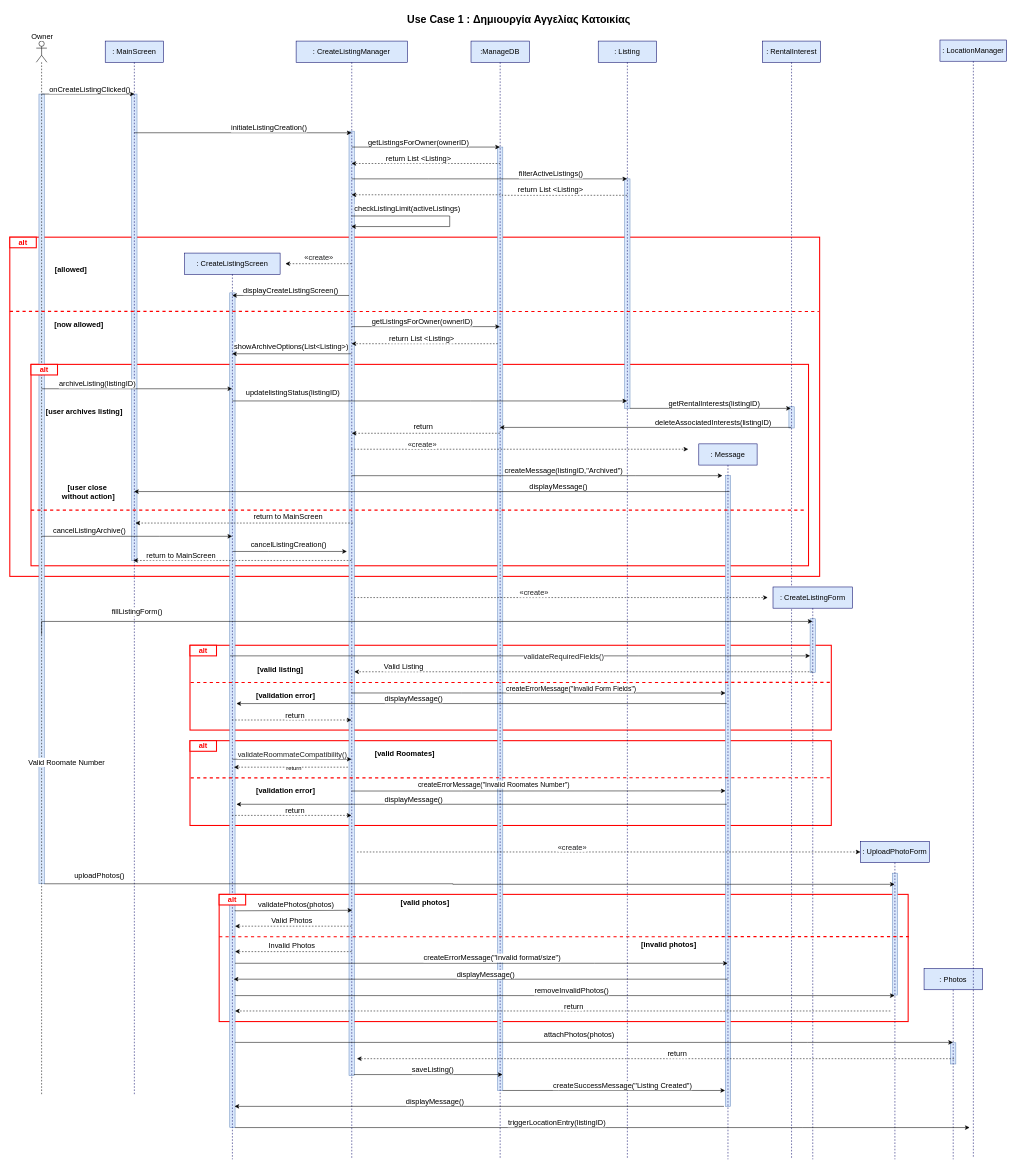
The draw.io diagram page "use-case-1" (1 of 15) of FINAL DIAGRAMS/final_sequences.drawio in evelinastavropoulou/HomeLink, before the edit. Source tidied: cells renumbered, new cells numbered last; positions are measured from the earlier drawing's top-left corner, leaving out a move shared by most shapes. Both pictures are drawn from the tidied source at 53%, with x=0, y=0 at pixel (10, 9).
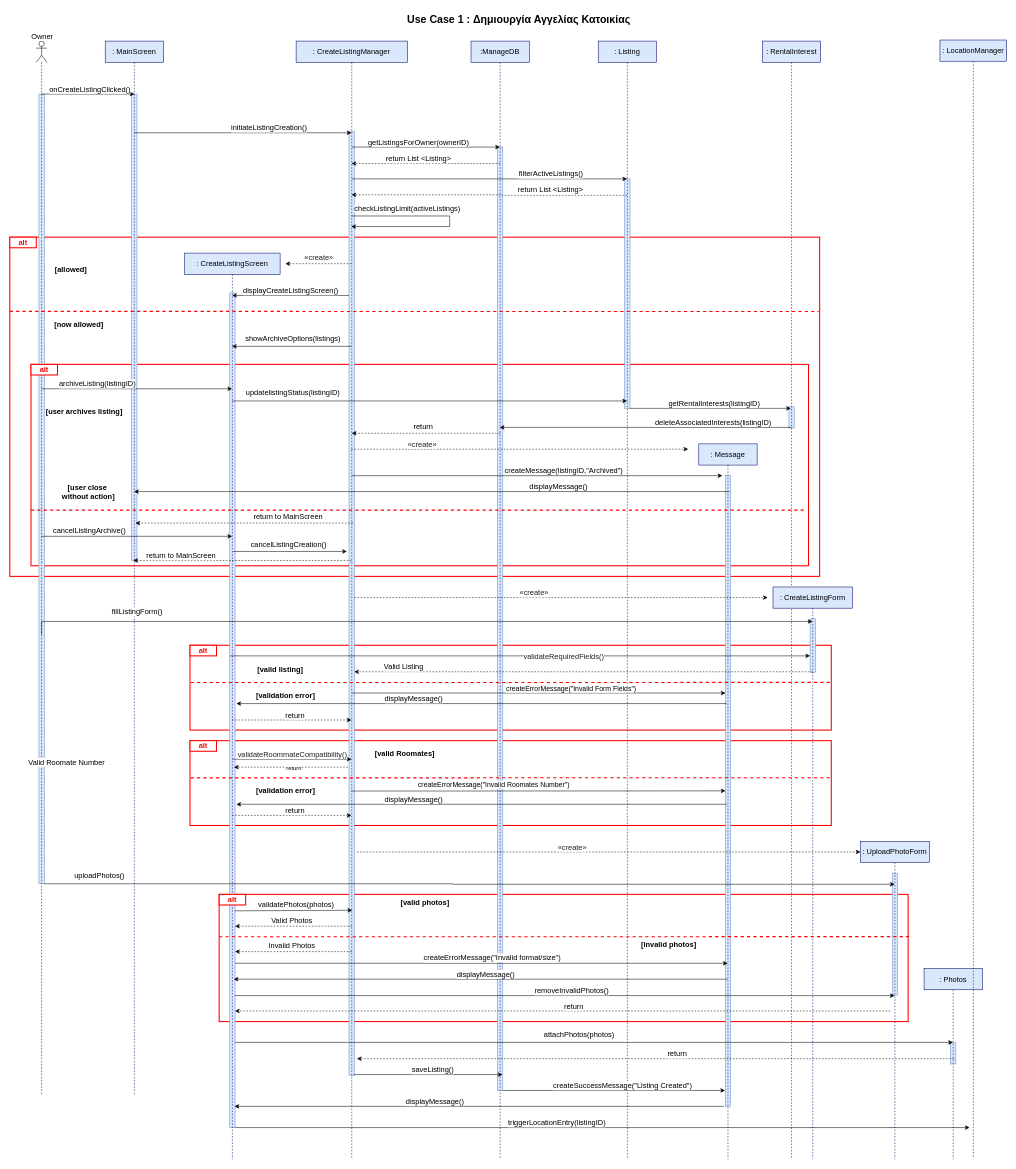
The same diagram, later.

Unchanged cells that the change refers to:
```xml
<mxCell id="20" value=": CreateListingScreen" style="shape=umlLifeline;perimeter=lifelinePerimeter;whiteSpace=wrap;html=1;outlineConnect=0;portConstraint=eastwest;newEdgeStyle={&quot;curved&quot;:0,&quot;rounded&quot;:0};fillColor=#dae8fc;strokeColor=#000066;fontSize=14;" parent="1" vertex="1">
  <mxGeometry x="330" y="460" width="180" height="1710" as="geometry" />
</mxCell>
```

Diff of the diagram source:
```diff
@@
-    <mxCell id="40" style="edgeStyle=orthogonalEdgeStyle;rounded=0;jettySize=auto;html=1;curved=0;fontSize=14;" parent="1" edge="1" target="20">
+    <mxCell id="40" style="edgeStyle=orthogonalEdgeStyle;rounded=0;orthogonalLoop=1;jettySize=auto;html=1;curved=0;fontSize=14;" parent="1" edge="1">
       <mxGeometry relative="1" as="geometry">
-        <mxPoint x="644.7" y="650" as="sourcePoint" />
+        <mxPoint x="644.7" y="636" as="sourcePoint" />
+        <mxPoint x="419.3" y="636" as="targetPoint" />
         <Array as="points">
-          <mxPoint x="494" y="650" />
-          <mxPoint x="494" y="650" />
+          <mxPoint x="494" y="636" />
+          <mxPoint x="494" y="636" />
         </Array>
       </mxGeometry>
     </mxCell>
-    <mxCell id="41" value="showArchiveOptions(List&amp;lt;Listing&amp;gt;)" style="edgeLabel;html=1;align=center;verticalAlign=middle;fontSize=14;" parent="40" vertex="1">
+    <mxCell id="41" value="showArchiveOptions(listings)" style="edgeLabel;html=1;align=center;verticalAlign=middle;fontSize=14;" parent="40" vertex="1">
       <mxGeometry x="0.36" relative="1" as="geometry">
-        <mxPoint x="39" y="-15" as="offset" />
+        <mxPoint x="42" y="-15" as="offset" />
       </mxGeometry>
     </mxCell>
@@
-    <mxCell id="58" style="edgeStyle=orthogonalEdgeStyle;rounded=0;orthogonalLoop=1;jettySize=auto;html=1;curved=0;fontSize=14;" parent="1" edge="1">
-      <mxGeometry relative="1" as="geometry">
-        <mxPoint x="645.3" y="598.8" as="sourcePoint" />
-        <mxPoint x="924.7" y="598.8" as="targetPoint" />
-        <Array as="points">
-          <mxPoint x="770" y="598.8" />
-          <mxPoint x="770" y="598.8" />
-        </Array>
-      </mxGeometry>
-    </mxCell>
-    <mxCell id="59" value="getListingsForOwner(ownerID)" style="edgeLabel;html=1;align=center;verticalAlign=middle;fontSize=14;" parent="58" vertex="1">
-      <mxGeometry x="-0.17" y="1" relative="1" as="geometry">
-        <mxPoint x="16" y="-8" as="offset" />
-      </mxGeometry>
-    </mxCell>
-    <mxCell id="60" style="edgeStyle=orthogonalEdgeStyle;rounded=0;orthogonalLoop=1;jettySize=auto;html=1;curved=0;dashed=1;fontSize=14;" parent="1" edge="1">
-      <mxGeometry relative="1" as="geometry">
-        <mxPoint x="919.7" y="630" as="sourcePoint" />
-        <mxPoint x="644.8" y="631" as="targetPoint" />
-        <Array as="points">
-          <mxPoint x="920" y="631" />
-        </Array>
-      </mxGeometry>
-    </mxCell>
-    <mxCell id="61" value="return List &amp;lt;Listing&amp;gt;" style="edgeLabel;html=1;align=center;verticalAlign=middle;fontSize=14;" parent="60" vertex="1">
-      <mxGeometry x="0.25" y="1" relative="1" as="geometry">
-        <mxPoint x="28" y="-11" as="offset" />
-      </mxGeometry>
-    </mxCell>
```
